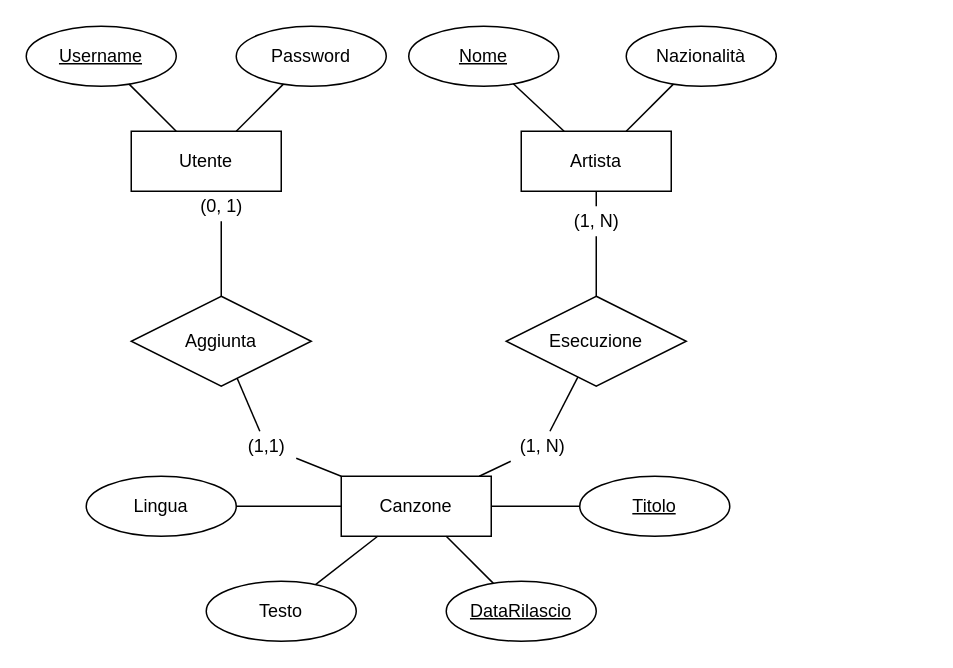
M2Max/Lyrics keeps this draw.io diagram as Schemi/ER.drawio. Above is the earlier version. Source tidied: cells renumbered, new cells numbered last; positions are measured from the earlier drawing's top-left corner, leaving out a move shared by most shapes. Both pictures are drawn from the tidied source at 150%, with x=0, y=0 at pixel (26, 26).
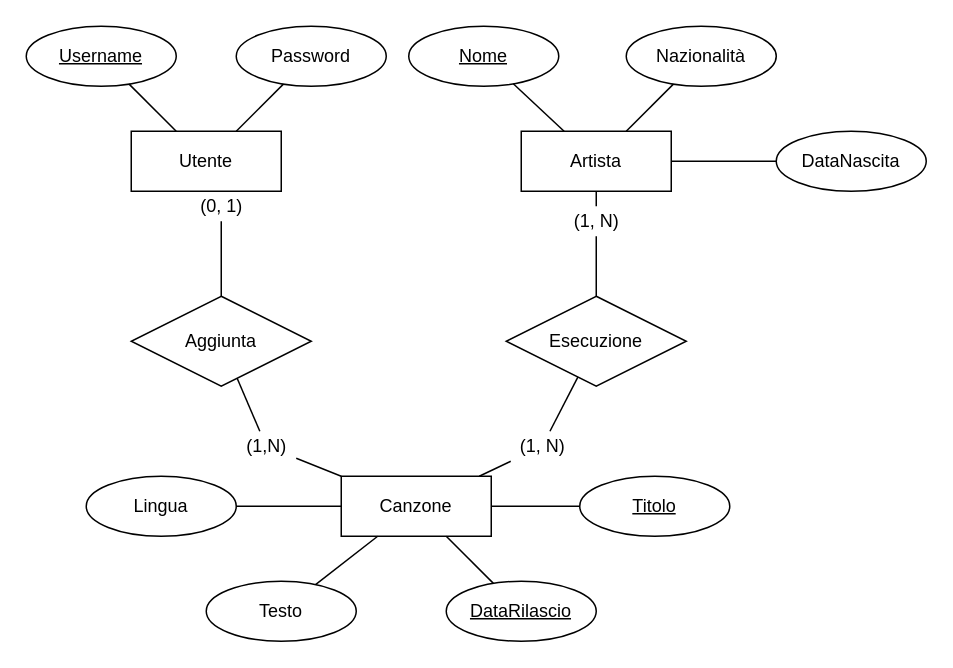
Above is the later version.

The change refers to these unchanged cells:
```xml
<mxCell id="8" value="Artista" style="whiteSpace=wrap;html=1;align=center;" parent="1" vertex="1">
  <mxGeometry x="330" y="70" width="100" height="40" as="geometry" />
</mxCell>
```

What changed in the source:
```diff
@@
-    <mxCell id="26" value="(1,1)" style="text;html=1;align=center;verticalAlign=middle;points=[];strokeColor=none;fillColor=none;" parent="1" vertex="1">
+    <mxCell id="26" value="(1,N)" style="text;html=1;align=center;verticalAlign=middle;points=[];strokeColor=none;fillColor=none;" parent="1" vertex="1">
       <mxGeometry x="140" y="270" width="40" height="20" as="geometry" />
     </mxCell>
@@
+    <mxCell id="35" style="endArrow=none;html=1;rounded=0;fontFamily=Helvetica;fontSize=11;fontColor=default;align=center;strokeColor=default;edgeStyle=orthogonalEdgeStyle;" parent="1" edge="1" source="36" target="8">
+      <mxGeometry relative="1" as="geometry" />
+    </mxCell>
+    <mxCell id="36" value="DataNascita" style="ellipse;whiteSpace=wrap;html=1;align=center;" parent="1" vertex="1">
+      <mxGeometry x="500" y="70" width="100" height="40" as="geometry" />
+    </mxCell>
```
